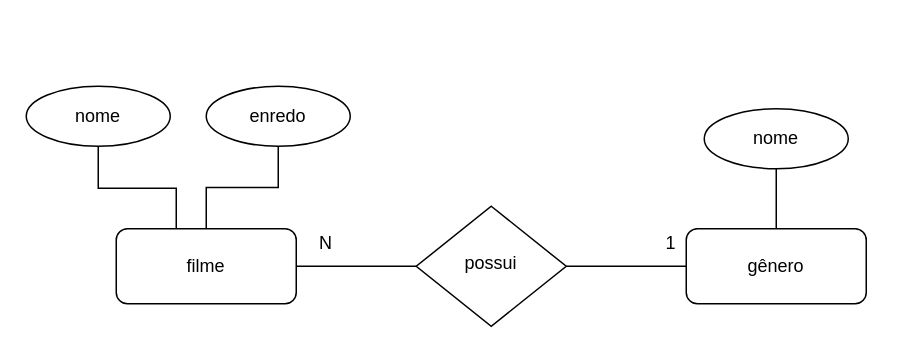
The draw.io diagram exercicio_1_0/filmes.drawio in Marqzzs/senai_sprint1_bd, before the edit. Source tidied: cells renumbered, new cells numbered last; positions are measured from the earlier drawing's top-left corner, leaving out a move shared by most shapes. Both pictures are drawn from the tidied source at 150%, with x=0, y=0 at pixel (26, 86).
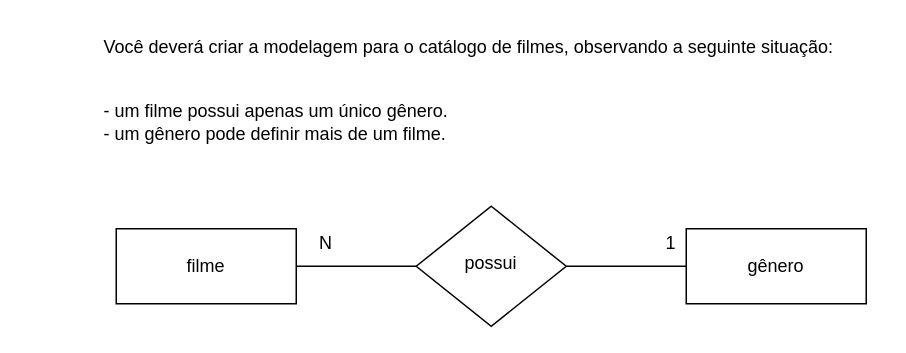
Above is the later version.

The edit, as a diff of the source:
```diff
@@
 <mxGraphModel>
   <root>
     <mxCell id="0" />
     <mxCell id="1" parent="0" />
     <mxCell id="2" style="edgeStyle=orthogonalEdgeStyle;rounded=0;jettySize=auto;html=1;entryX=1;entryY=0.5;entryDx=0;entryDy=0;startArrow=none;startFill=0;endArrow=none;endFill=0;" parent="1" edge="1" source="4" target="9">
       <mxGeometry relative="1" as="geometry" />
     </mxCell>
     <mxCell id="3" style="edgeStyle=orthogonalEdgeStyle;rounded=0;jettySize=auto;html=1;entryX=0;entryY=0.5;entryDx=0;entryDy=0;endArrow=none;endFill=0;" parent="1" edge="1" source="4" target="6">
       <mxGeometry relative="1" as="geometry" />
     </mxCell>
     <mxCell id="4" value="possui" style="rhombus;whiteSpace=wrap;html=1;shadow=0;fontFamily=Helvetica;fontSize=12;align=center;strokeWidth=1;spacing=6;spacingTop=-4;" parent="1" vertex="1">
       <mxGeometry x="260" y="80" width="100" height="80" as="geometry" />
     </mxCell>
-    <mxCell id="5" style="edgeStyle=orthogonalEdgeStyle;rounded=0;jettySize=auto;html=1;entryX=0.5;entryY=1;entryDx=0;entryDy=0;endArrow=none;endFill=0;" parent="1" edge="1" source="6" target="13">
-      <mxGeometry relative="1" as="geometry" />
-    </mxCell>
-    <mxCell id="6" value="gênero" style="rounded=1;whiteSpace=wrap;html=1;fontSize=12;glass=0;strokeWidth=1;shadow=0;" parent="1" vertex="1">
+    <mxCell id="6" value="gênero" style="rounded=0;whiteSpace=wrap;html=1;fontSize=12;glass=0;strokeWidth=1;shadow=0;" parent="1" vertex="1">
       <mxGeometry x="440" y="95" width="120" height="50" as="geometry" />
     </mxCell>
-    <mxCell id="7" style="edgeStyle=orthogonalEdgeStyle;rounded=0;jettySize=auto;html=1;entryX=0.5;entryY=1;entryDx=0;entryDy=0;endArrow=none;endFill=0;" parent="1" edge="1" source="9" target="12">
-      <mxGeometry relative="1" as="geometry">
-        <Array as="points">
-          <mxPoint x="100" y="68" />
-          <mxPoint x="48" y="68" />
-        </Array>
-      </mxGeometry>
-    </mxCell>
-    <mxCell id="8" style="edgeStyle=orthogonalEdgeStyle;rounded=0;jettySize=auto;html=1;entryX=0.5;entryY=1;entryDx=0;entryDy=0;endArrow=none;endFill=0;" parent="1" edge="1" source="9" target="15">
-      <mxGeometry relative="1" as="geometry" />
-    </mxCell>
-    <mxCell id="9" value="filme" style="rounded=1;whiteSpace=wrap;html=1;fontSize=12;glass=0;strokeWidth=1;shadow=0;" parent="1" vertex="1">
+    <mxCell id="9" value="filme" style="rounded=0;whiteSpace=wrap;html=1;fontSize=12;glass=0;strokeWidth=1;shadow=0;" parent="1" vertex="1">
       <mxGeometry x="60" y="95" width="120" height="50" as="geometry" />
     </mxCell>
     <mxCell id="10" value="N" style="text;html=1;strokeColor=none;fillColor=none;align=center;verticalAlign=middle;whiteSpace=wrap;rounded=0;" parent="1" vertex="1">
       <mxGeometry x="170" y="90" width="60" height="30" as="geometry" />
     </mxCell>
     <mxCell id="11" value="1" style="text;html=1;strokeColor=none;fillColor=none;align=center;verticalAlign=middle;whiteSpace=wrap;rounded=0;" parent="1" vertex="1">
       <mxGeometry x="400" y="90" width="60" height="30" as="geometry" />
     </mxCell>
-    <mxCell id="12" value="nome" style="ellipse;whiteSpace=wrap;html=1;" parent="1" vertex="1">
-      <mxGeometry width="96" height="40" as="geometry" />
-    </mxCell>
-    <mxCell id="13" style="ellipse;whiteSpace=wrap;html=1;" parent="1" vertex="1">
-      <mxGeometry x="452" y="15" width="96" height="40" as="geometry" />
-    </mxCell>
-    <mxCell id="14" value="nome" style="text;html=1;strokeColor=none;fillColor=none;align=center;verticalAlign=middle;whiteSpace=wrap;rounded=0;" parent="1" vertex="1">
-      <mxGeometry x="470" y="20" width="60" height="30" as="geometry" />
-    </mxCell>
-    <mxCell id="15" value="enredo" style="ellipse;whiteSpace=wrap;html=1;" parent="1" vertex="1">
-      <mxGeometry x="120" width="96" height="40" as="geometry" />
-    </mxCell>
+    <mxCell id="16" value="Você deverá criar a modelagem para o catálogo de filmes, observando a seguinte situação:&#10;&#10;&#10;- um filme possui apenas um único gênero.&#10;- um gênero pode definir mais de um filme." style="text;whiteSpace=wrap;" parent="1" vertex="1">
+      <mxGeometry x="50" y="-40" width="520" height="100" as="geometry" />
+    </mxCell>
   </root>
 </mxGraphModel>
```
